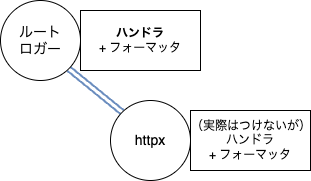
Before: source/_static/pyconus/pyconjp-logger-propagate-handlers.drawio.png, a diagram exported from draw.io (ftnext/2026-slides). Source tidied: cells renumbered, new cells last; positions are measured from the earlier drawing's top-left corner, leaving out a move shared by most shapes. The source it was exported from:
```xml
<mxGraphModel>
  <root>
    <mxCell id="0" />
    <mxCell id="1" parent="0" />
    <mxCell id="2" style="edgeStyle=none;shape=link;html=1;exitX=1;exitY=1;exitDx=0;exitDy=0;entryX=0;entryY=0;entryDx=0;entryDy=0;fillColor=#dae8fc;strokeColor=#6c8ebf;strokeWidth=2;gradientColor=#7ea6e0;" parent="1" edge="1" source="3" target="4">
      <mxGeometry relative="1" as="geometry" />
    </mxCell>
    <mxCell id="3" value="&lt;font style=&quot;font-size: 14px;&quot;&gt;ルート&lt;br&gt;ロガー&lt;/font&gt;" style="ellipse;whiteSpace=wrap;html=1;" parent="1" vertex="1">
      <mxGeometry width="80" height="80" as="geometry" />
    </mxCell>
    <mxCell id="4" value="&lt;font style=&quot;font-size: 14px;&quot;&gt;httpx&lt;/font&gt;" style="ellipse;whiteSpace=wrap;html=1;" parent="1" vertex="1">
      <mxGeometry x="110" y="100" width="80" height="80" as="geometry" />
    </mxCell>
    <mxCell id="5" value="&lt;div&gt;（実際はつけないが）&lt;/div&gt;ハンドラ&lt;div&gt;+ フォーマッタ&lt;/div&gt;" style="rounded=0;whiteSpace=wrap;html=1;" parent="1" vertex="1">
      <mxGeometry x="190" y="110" width="120" height="60" as="geometry" />
    </mxCell>
    <mxCell id="6" value="&lt;b&gt;ハンドラ&lt;/b&gt;&lt;div&gt;+ フォーマッタ&lt;/div&gt;" style="rounded=0;whiteSpace=wrap;html=1;" parent="1" vertex="1">
      <mxGeometry x="80" y="10" width="120" height="60" as="geometry" />
    </mxCell>
  </root>
</mxGraphModel>
```
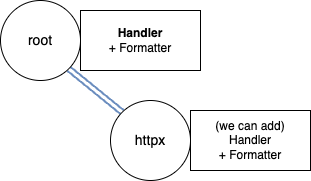
After the change.

Commit message:
resource: Missing English translation

Diff of the diagram source:
```diff
@@ -5,16 +5,16 @@
     <mxCell id="2" style="edgeStyle=none;shape=link;html=1;exitX=1;exitY=1;exitDx=0;exitDy=0;entryX=0;entryY=0;entryDx=0;entryDy=0;fillColor=#dae8fc;strokeColor=#6c8ebf;strokeWidth=2;gradientColor=#7ea6e0;" parent="1" edge="1" source="3" target="4">
       <mxGeometry relative="1" as="geometry" />
     </mxCell>
-    <mxCell id="3" value="&lt;font style=&quot;font-size: 14px;&quot;&gt;ルート&lt;br&gt;ロガー&lt;/font&gt;" style="ellipse;whiteSpace=wrap;html=1;" parent="1" vertex="1">
+    <mxCell id="3" value="&lt;span style=&quot;font-size: 14px;&quot;&gt;root&lt;/span&gt;" style="ellipse;whiteSpace=wrap;html=1;" parent="1" vertex="1">
       <mxGeometry width="80" height="80" as="geometry" />
     </mxCell>
     <mxCell id="4" value="&lt;font style=&quot;font-size: 14px;&quot;&gt;httpx&lt;/font&gt;" style="ellipse;whiteSpace=wrap;html=1;" parent="1" vertex="1">
       <mxGeometry x="110" y="100" width="80" height="80" as="geometry" />
     </mxCell>
-    <mxCell id="5" value="&lt;div&gt;（実際はつけないが）&lt;/div&gt;ハンドラ&lt;div&gt;+ フォーマッタ&lt;/div&gt;" style="rounded=0;whiteSpace=wrap;html=1;" parent="1" vertex="1">
+    <mxCell id="5" value="&lt;div&gt;&lt;/div&gt;&lt;div&gt;(we can add)&lt;br&gt;Handler&lt;/div&gt;&lt;div&gt;+ Formatter&lt;/div&gt;" style="rounded=0;whiteSpace=wrap;html=1;" parent="1" vertex="1">
       <mxGeometry x="190" y="110" width="120" height="60" as="geometry" />
     </mxCell>
-    <mxCell id="6" value="&lt;b&gt;ハンドラ&lt;/b&gt;&lt;div&gt;+ フォーマッタ&lt;/div&gt;" style="rounded=0;whiteSpace=wrap;html=1;" parent="1" vertex="1">
+    <mxCell id="6" value="&lt;b&gt;Handler&lt;/b&gt;&lt;div&gt;+ Formatter&lt;/div&gt;" style="rounded=0;whiteSpace=wrap;html=1;" parent="1" vertex="1">
       <mxGeometry x="80" y="10" width="120" height="60" as="geometry" />
     </mxCell>
   </root>
```
